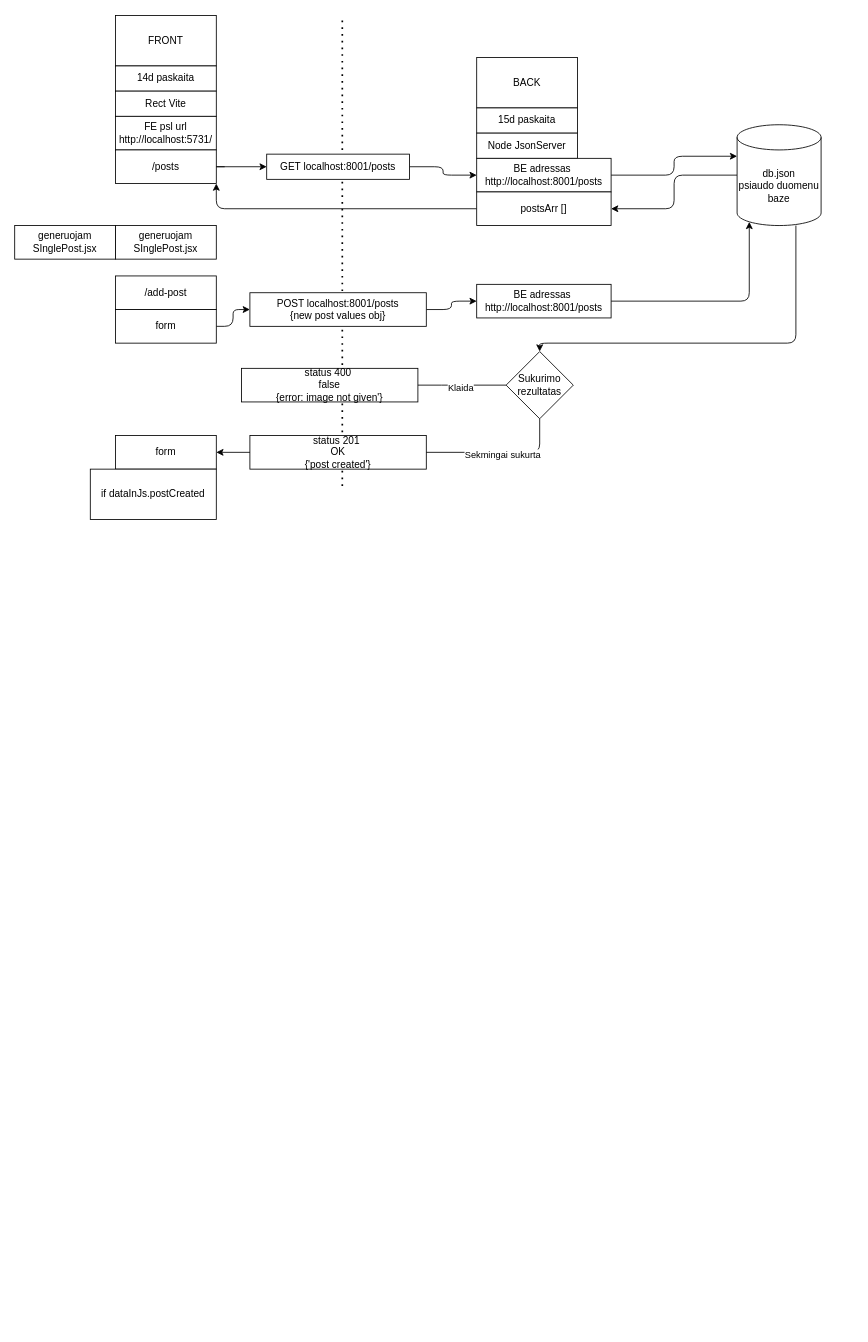
Earlier version of the draw.io diagram draw.drawio (MariusCodeAcademy/feu2-14_r_formik_posts_be_yup). Source tidied: cells renumbered, new cells numbered last; positions are measured from the earlier drawing's top-left corner, leaving out a move shared by most shapes. Both pictures are drawn from the tidied source at 84%, with x=0, y=0 at pixel (14, 15).
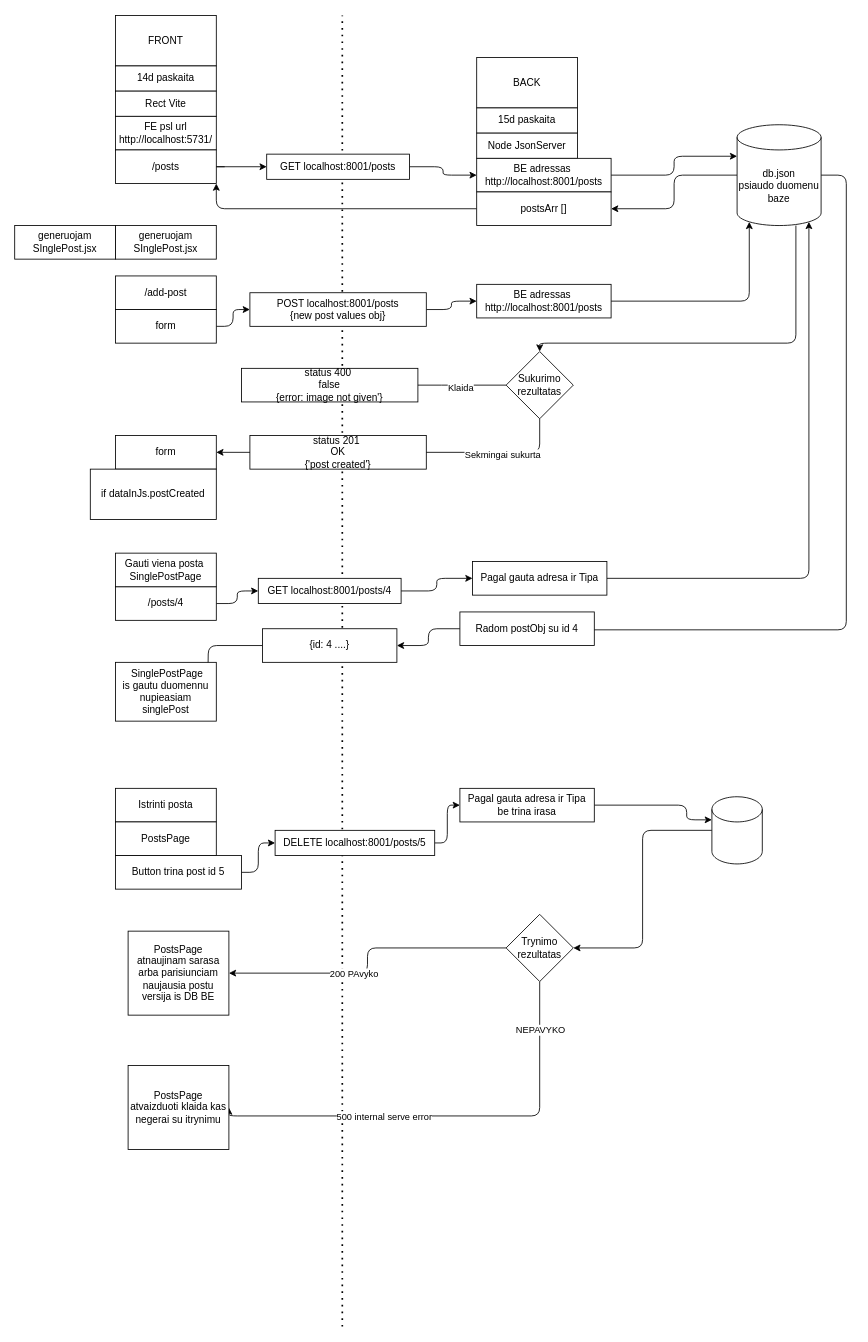
The same diagram, later.

Commit message (it also covers changes not shown here):
uzd + draw

Unchanged cells that the change refers to:
```xml
<mxCell id="26" value="db.json&lt;br&gt;psiaudo duomenu baze" style="shape=cylinder3;whiteSpace=wrap;html=1;boundedLbl=1;backgroundOutline=1;size=15;" parent="1" vertex="1">
  <mxGeometry x="860" y="130" width="100" height="120" as="geometry" />
</mxCell>
```

What changed in the source:
```diff
@@
     <mxCell id="3" style="endArrow=none;dashed=1;html=1;dashPattern=1 3;strokeWidth=2;" parent="1" edge="1">
       <mxGeometry relative="1" as="geometry">
-        <mxPoint x="390" y="560" as="sourcePoint" />
+        <mxPoint x="390" y="1560.8" as="sourcePoint" />
         <mxPoint x="390" as="targetPoint" />
       </mxGeometry>
     </mxCell>
@@
+    <mxCell id="41" style="edgeStyle=orthogonalEdgeStyle;html=1;" parent="1" edge="1" source="26">
+      <mxGeometry relative="1" as="geometry">
+        <mxPoint x="670" y="731.3" as="targetPoint" />
+        <Array as="points">
+          <mxPoint x="990" y="190" />
+          <mxPoint x="990" y="731" />
+        </Array>
+      </mxGeometry>
+    </mxCell>
@@
+    <mxCell id="42" style="edgeStyle=orthogonalEdgeStyle;html=1;entryX=0;entryY=0.5;entryDx=0;entryDy=0;" parent="1" edge="1" source="43" target="46">
+      <mxGeometry relative="1" as="geometry" />
+    </mxCell>
+    <mxCell id="43" value="/posts/4" style="rounded=0;whiteSpace=wrap;html=1;" parent="1" vertex="1">
+      <mxGeometry x="120" y="680" width="120" height="40" as="geometry" />
+    </mxCell>
+    <mxCell id="44" value="Gauti viena posta&amp;nbsp;&lt;br&gt;SinglePostPage" style="rounded=0;whiteSpace=wrap;html=1;" parent="1" vertex="1">
+      <mxGeometry x="120" y="640" width="120" height="40" as="geometry" />
+    </mxCell>
+    <mxCell id="45" style="edgeStyle=orthogonalEdgeStyle;html=1;entryX=0;entryY=0.5;entryDx=0;entryDy=0;" parent="1" edge="1" source="46" target="48">
+      <mxGeometry relative="1" as="geometry" />
+    </mxCell>
+    <mxCell id="46" value="GET localhost:8001/posts/4" style="rounded=0;whiteSpace=wrap;html=1;" parent="1" vertex="1">
+      <mxGeometry x="290" y="670" width="170" height="30" as="geometry" />
+    </mxCell>
+    <mxCell id="47" style="edgeStyle=orthogonalEdgeStyle;html=1;entryX=0.855;entryY=1;entryDx=0;entryDy=-4.35;entryPerimeter=0;" parent="1" edge="1" source="48" target="26">
+      <mxGeometry relative="1" as="geometry" />
+    </mxCell>
+    <mxCell id="48" value="Pagal gauta adresa ir Tipa" style="rounded=0;whiteSpace=wrap;html=1;" parent="1" vertex="1">
+      <mxGeometry x="545" y="650" width="160" height="40" as="geometry" />
+    </mxCell>
+    <mxCell id="49" style="edgeStyle=orthogonalEdgeStyle;html=1;entryX=1;entryY=0.5;entryDx=0;entryDy=0;" parent="1" edge="1" source="50" target="52">
+      <mxGeometry relative="1" as="geometry" />
+    </mxCell>
+    <mxCell id="50" value="Radom postObj su id 4" style="rounded=0;whiteSpace=wrap;html=1;" parent="1" vertex="1">
+      <mxGeometry x="530" y="710" width="160" height="40" as="geometry" />
+    </mxCell>
+    <mxCell id="51" style="edgeStyle=orthogonalEdgeStyle;html=1;" parent="1" edge="1" source="52">
+      <mxGeometry relative="1" as="geometry">
+        <mxPoint x="230" y="790" as="targetPoint" />
+      </mxGeometry>
+    </mxCell>
+    <mxCell id="52" value="{id: 4 ....}" style="rounded=0;whiteSpace=wrap;html=1;" parent="1" vertex="1">
+      <mxGeometry x="295" y="730" width="160" height="40" as="geometry" />
+    </mxCell>
+    <mxCell id="53" value="&amp;nbsp;SinglePostPage&lt;br&gt;is gautu duomennu nupieasiam singlePost" style="rounded=0;whiteSpace=wrap;html=1;" parent="1" vertex="1">
+      <mxGeometry x="120" y="770" width="120" height="70" as="geometry" />
+    </mxCell>
+    <mxCell id="54" value="Istrinti posta" style="rounded=0;whiteSpace=wrap;html=1;" parent="1" vertex="1">
+      <mxGeometry x="120" y="920" width="120" height="40" as="geometry" />
+    </mxCell>
+    <mxCell id="55" value="PostsPage" style="rounded=0;whiteSpace=wrap;html=1;" parent="1" vertex="1">
+      <mxGeometry x="120" y="960" width="120" height="40" as="geometry" />
+    </mxCell>
+    <mxCell id="56" style="edgeStyle=orthogonalEdgeStyle;html=1;entryX=0;entryY=0.5;entryDx=0;entryDy=0;" parent="1" edge="1" source="57" target="59">
+      <mxGeometry relative="1" as="geometry" />
+    </mxCell>
+    <mxCell id="57" value="Button trina post id 5" style="rounded=0;whiteSpace=wrap;html=1;" parent="1" vertex="1">
+      <mxGeometry x="120" y="1000" width="150" height="40" as="geometry" />
+    </mxCell>
+    <mxCell id="58" style="edgeStyle=orthogonalEdgeStyle;html=1;entryX=0;entryY=0.5;entryDx=0;entryDy=0;" parent="1" edge="1" source="59" target="61">
+      <mxGeometry relative="1" as="geometry" />
+    </mxCell>
+    <mxCell id="59" value="DELETE localhost:8001/posts/5" style="rounded=0;whiteSpace=wrap;html=1;" parent="1" vertex="1">
+      <mxGeometry x="310" y="970" width="190" height="30" as="geometry" />
+    </mxCell>
+    <mxCell id="60" style="edgeStyle=orthogonalEdgeStyle;html=1;entryX=0;entryY=0;entryDx=0;entryDy=27.5;entryPerimeter=0;" parent="1" edge="1" source="61" target="63">
+      <mxGeometry relative="1" as="geometry">
+        <Array as="points">
+          <mxPoint x="800" y="940" />
+          <mxPoint x="800" y="958" />
+        </Array>
+      </mxGeometry>
+    </mxCell>
+    <mxCell id="61" value="Pagal gauta adresa ir Tipa&lt;br&gt;be trina irasa" style="rounded=0;whiteSpace=wrap;html=1;" parent="1" vertex="1">
+      <mxGeometry x="530" y="920" width="160" height="40" as="geometry" />
+    </mxCell>
+    <mxCell id="62" style="edgeStyle=orthogonalEdgeStyle;html=1;entryX=1;entryY=0.5;entryDx=0;entryDy=0;" parent="1" edge="1" source="63" target="69">
+      <mxGeometry relative="1" as="geometry" />
+    </mxCell>
+    <mxCell id="63" style="shape=cylinder3;whiteSpace=wrap;html=1;boundedLbl=1;backgroundOutline=1;size=15;" parent="1" vertex="1">
+      <mxGeometry x="830" y="930" width="60" height="80" as="geometry" />
+    </mxCell>
+    <mxCell id="64" style="edgeStyle=orthogonalEdgeStyle;html=1;entryX=1;entryY=0.5;entryDx=0;entryDy=0;" parent="1" edge="1" source="69" target="70">
+      <mxGeometry relative="1" as="geometry" />
+    </mxCell>
+    <mxCell id="65" value="200 PAvyko" style="edgeLabel;html=1;align=center;verticalAlign=middle;" parent="64" vertex="1">
+      <mxGeometry x="0.18" relative="1" as="geometry" />
+    </mxCell>
+    <mxCell id="66" style="edgeStyle=orthogonalEdgeStyle;html=1;entryX=1;entryY=0.5;entryDx=0;entryDy=0;" parent="1" edge="1" source="69" target="71">
+      <mxGeometry relative="1" as="geometry">
+        <Array as="points">
+          <mxPoint x="625" y="1310" />
+          <mxPoint x="255" y="1310" />
+        </Array>
+      </mxGeometry>
+    </mxCell>
+    <mxCell id="67" value="NEPAVYKO" style="edgeLabel;html=1;align=center;verticalAlign=middle;" parent="66" vertex="1">
+      <mxGeometry x="-0.79" relative="1" as="geometry" />
+    </mxCell>
+    <mxCell id="68" value="500 internal serve error" style="edgeLabel;html=1;align=center;verticalAlign=middle;" parent="66" vertex="1">
+      <mxGeometry x="0.46" relative="1" as="geometry">
+        <mxPoint x="48" as="offset" />
+      </mxGeometry>
+    </mxCell>
+    <mxCell id="69" value="&lt;span&gt;Trynimo rezultatas&lt;/span&gt;" style="rhombus;whiteSpace=wrap;html=1;" parent="1" vertex="1">
+      <mxGeometry x="585" y="1070" width="80" height="80" as="geometry" />
+    </mxCell>
+    <mxCell id="70" value="PostsPage&lt;br&gt;atnaujinam sarasa&lt;br&gt;arba parisiunciam naujausia postu versija is DB BE" style="rounded=0;whiteSpace=wrap;html=1;" parent="1" vertex="1">
+      <mxGeometry x="135" y="1090" width="120" height="100" as="geometry" />
+    </mxCell>
+    <mxCell id="71" value="PostsPage&lt;br&gt;atvaizduoti klaida kas negerai su itrynimu" style="rounded=0;whiteSpace=wrap;html=1;" parent="1" vertex="1">
+      <mxGeometry x="135" y="1250" width="120" height="100" as="geometry" />
+    </mxCell>
```
